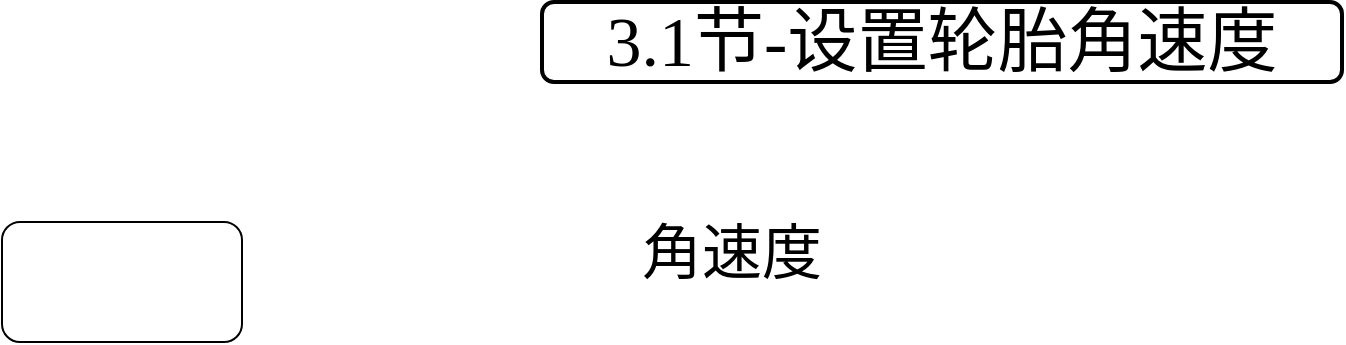
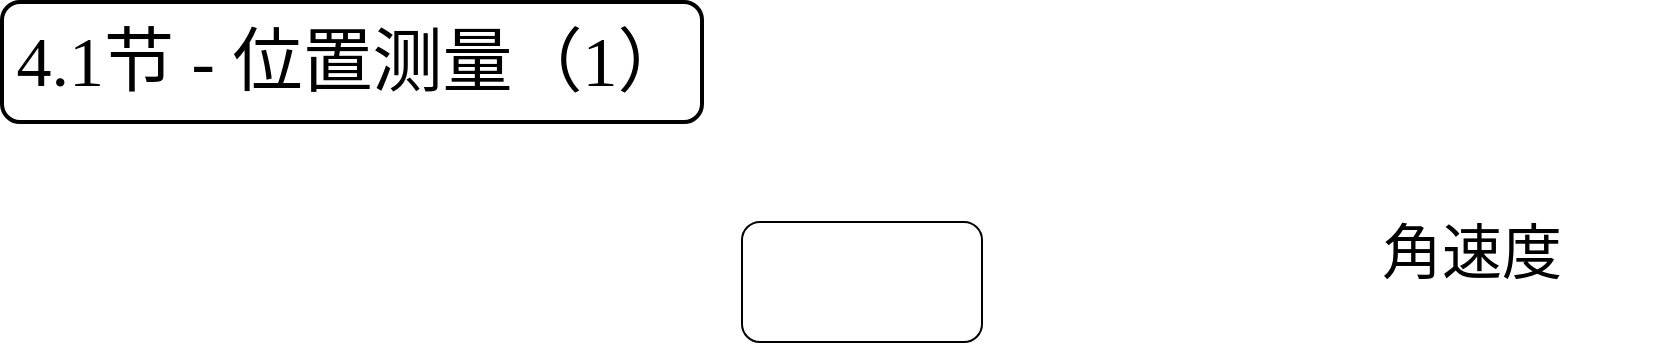
<mxfile host="app.diagrams.net">
  <diagram name="第 1 页" id="GX-yRB2pFLCUUed2IjMN">
    <mxGraphModel dx="2013" dy="791" grid="1" gridSize="10" guides="1" tooltips="1" connect="1" arrows="1" fold="1" page="1" pageScale="1" pageWidth="827" pageHeight="1169" math="0" shadow="0">
      <root>
        <mxCell id="0" />
        <mxCell id="1" parent="0" />
-         <mxCell id="XIZ4hkpOC5nF-9Pc7O8C-7" parent="1" style="rounded=1;whiteSpace=wrap;html=1;fontFamily=Comic Sans MS;strokeWidth=2;fontSize=35;" value="3.1节-设置轮胎角速度" vertex="1">
-           <mxGeometry height="40" width="400" x="30" y="50" as="geometry" />
+         <mxCell id="XIZ4hkpOC5nF-9Pc7O8C-7" parent="1" style="rounded=1;whiteSpace=wrap;html=1;fontFamily=Comic Sans MS;strokeWidth=2;fontSize=35;" value="4.1节 - 位置测量（1）" vertex="1">
+           <mxGeometry height="60" width="350" x="-610" y="50" as="geometry" />
        </mxCell>
        <mxCell id="XIZ4hkpOC5nF-9Pc7O8C-8" parent="1" style="text;html=1;whiteSpace=wrap;strokeColor=none;fillColor=none;align=center;verticalAlign=middle;rounded=0;fontFamily=Comic Sans MS;fontSize=30;fontColor=default;" value="角速度" vertex="1">
          <mxGeometry height="30" width="190" x="30" y="160" as="geometry" />
        </mxCell>
        <mxCell id="XIZ4hkpOC5nF-9Pc7O8C-9" parent="1" style="rounded=1;whiteSpace=wrap;html=1;strokeColor=default;align=center;verticalAlign=middle;fontFamily=Comic Sans MS;fontSize=12;fontColor=default;fillColor=default;" value="" vertex="1">
          <mxGeometry height="60" width="120" x="-240" y="160" as="geometry" />
        </mxCell>
      </root>
    </mxGraphModel>
  </diagram>
</mxfile>
